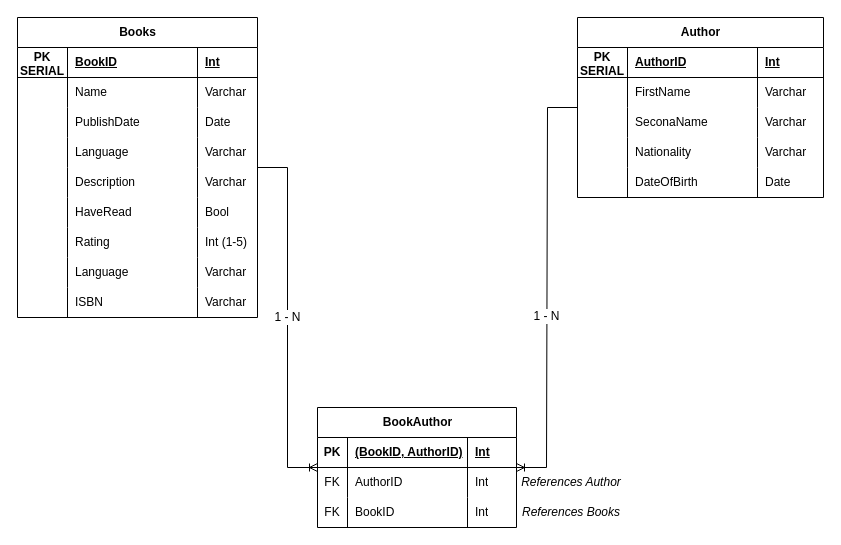
This is navrhy/DB navrh - elektlabs.drawio from MatyasBalcar/elektlabs-staz, a draw.io file, before an edit. Source tidied: cells renumbered, new cells numbered last; positions are measured from the earlier drawing's top-left corner, leaving out a move shared by most shapes. Both pictures are drawn from the tidied source at 100%, with x=0, y=0 at pixel (17, 17).
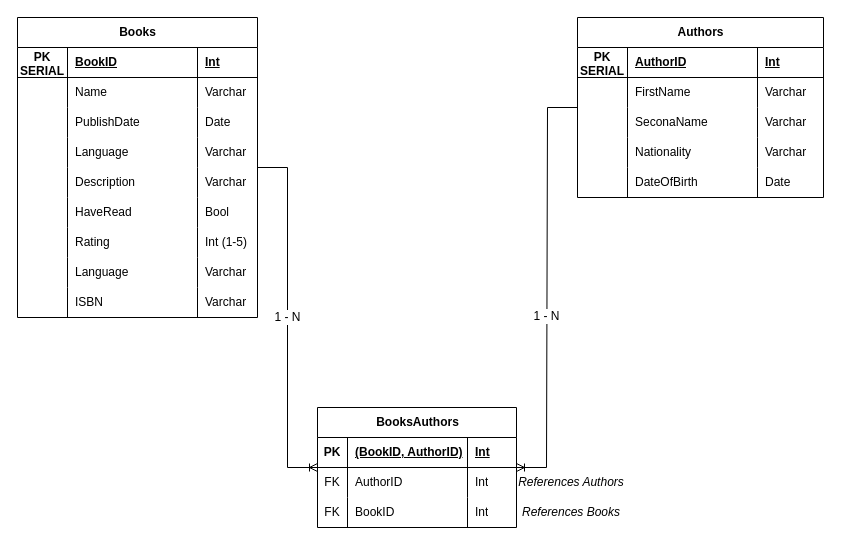
The same diagram, later.

Commit message (it also covers changes not shown here):
change 'author' to 'authors'

The edit, as a diff of the source:
```diff
@@
-    <mxCell id="39" value="Author" style="shape=table;startSize=30;childLayout=tableLayout;rowLines=0;fontStyle=1;align=center;html=1;" parent="1" vertex="1">
+    <mxCell id="39" value="Authors" style="shape=table;startSize=30;childLayout=tableLayout;rowLines=0;fontStyle=1;align=center;html=1;" parent="1" vertex="1">
       <mxGeometry x="560" width="246" height="180" as="geometry" />
     </mxCell>
@@
-    <mxCell id="60" value="BookAuthor" style="shape=table;startSize=30;childLayout=tableLayout;rowLines=0;fontStyle=1;align=center;html=1;" parent="1" vertex="1">
+    <mxCell id="60" value="BooksAuthors" style="shape=table;startSize=30;childLayout=tableLayout;rowLines=0;fontStyle=1;align=center;html=1;" parent="1" vertex="1">
       <mxGeometry x="300" y="390" width="199" height="120" as="geometry" />
     </mxCell>
@@
-    <mxCell id="75" value="References Author" style="text;html=1;whiteSpace=wrap;strokeColor=none;fillColor=none;align=center;verticalAlign=middle;rounded=0;fontStyle=2;" parent="1" vertex="1">
+    <mxCell id="75" value="References Authors" style="text;html=1;whiteSpace=wrap;strokeColor=none;fillColor=none;align=center;verticalAlign=middle;rounded=0;fontStyle=2;" parent="1" vertex="1">
       <mxGeometry x="499" y="450" width="110" height="30" as="geometry" />
     </mxCell>
```
